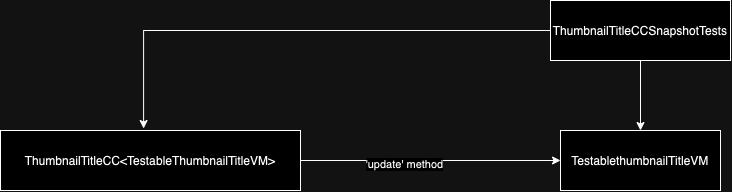
Above: MarvelSampleTests/Tests/ThumbnailTitleCC/ThumbnailTitleCCSnapshotTests.drawio.png in hiren9697/MavelSample (draw.io), before the change. Source tidied: cells renumbered, new cells last; positions are measured from the earlier drawing's top-left corner, leaving out a move shared by most shapes.
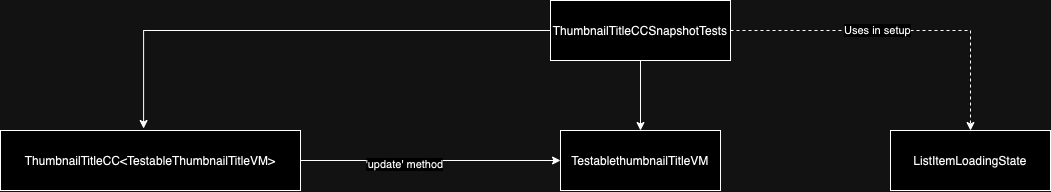
Above is the later version.

Diff of the diagram source:
```diff
@@ -5,6 +5,12 @@
     <mxCell id="2" style="edgeStyle=orthogonalEdgeStyle;rounded=0;jettySize=auto;html=1;entryX=0.5;entryY=0;entryDx=0;entryDy=0;" parent="1" edge="1" source="3" target="4">
       <mxGeometry relative="1" as="geometry" />
     </mxCell>
+    <mxCell id="9" style="edgeStyle=orthogonalEdgeStyle;rounded=0;jettySize=auto;html=1;dashed=1;" parent="1" edge="1" source="3" target="11">
+      <mxGeometry relative="1" as="geometry" />
+    </mxCell>
+    <mxCell id="10" value="Uses in setup" style="edgeLabel;html=1;align=center;verticalAlign=middle;" parent="9" vertex="1">
+      <mxGeometry x="-0.14" relative="1" as="geometry" />
+    </mxCell>
     <mxCell id="3" value="ThumbnailTitleCCSnapshotTests" style="rounded=0;whiteSpace=wrap;html=1;" parent="1" vertex="1">
       <mxGeometry x="550" width="180" height="60" as="geometry" />
     </mxCell>
@@ -23,5 +29,8 @@
     <mxCell id="8" style="edgeStyle=orthogonalEdgeStyle;rounded=0;jettySize=auto;html=1;entryX=0.477;entryY=-0.033;entryDx=0;entryDy=0;entryPerimeter=0;" parent="1" edge="1" source="3" target="7">
       <mxGeometry relative="1" as="geometry" />
     </mxCell>
+    <mxCell id="11" value="ListItemLoadingState" style="rounded=0;whiteSpace=wrap;html=1;" parent="1" vertex="1">
+      <mxGeometry x="890" y="130" width="160" height="60" as="geometry" />
+    </mxCell>
   </root>
 </mxGraphModel>
```
